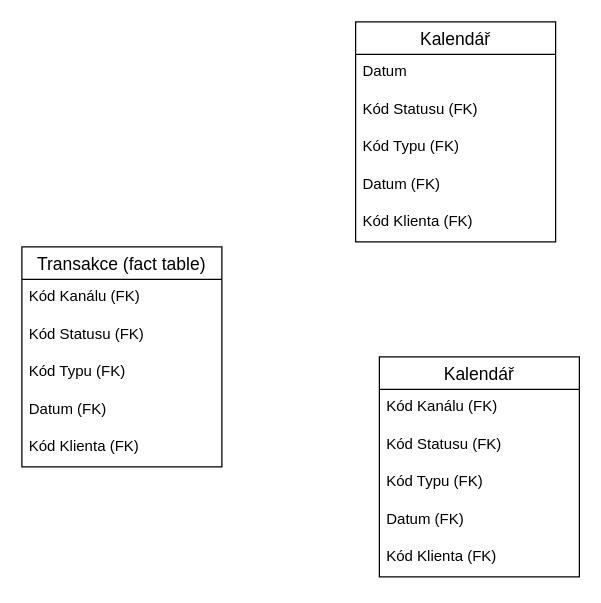
The draw.io diagram page "Star" (3 of 3) of pis-hw5.drawio in Finishxx/draw-io, before the edit. Source tidied: cells renumbered, new cells numbered last; positions are measured from the earlier drawing's top-left corner, leaving out a move shared by most shapes. Both pictures are drawn from the tidied source at 125%, with x=0, y=0 at pixel (21, 21).
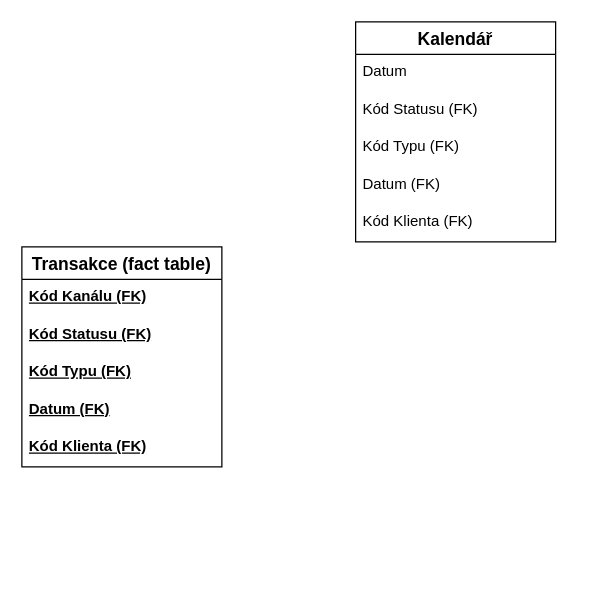
After the change.

Change to the diagram source:
```diff
@@
 <mxGraphModel>
   <root>
     <mxCell id="0" />
     <mxCell id="1" parent="0" />
-    <mxCell id="2" value="Transakce (fact table)" style="swimlane;fontStyle=0;horizontal=1;startSize=26;align=center;fontSize=14;" parent="1" vertex="1">
+    <mxCell id="2" value="Transakce (fact table)" style="swimlane;fontStyle=1;horizontal=1;startSize=26;align=center;fontSize=14;" parent="1" vertex="1">
       <mxGeometry y="180" width="160" height="176" as="geometry" />
     </mxCell>
-    <mxCell id="3" value="Kód Kanálu (FK)" style="text;strokeColor=none;fillColor=none;spacingLeft=4;spacingRight=4;overflow=hidden;fontSize=12;whiteSpace=wrap;html=1;" parent="2" vertex="1">
+    <mxCell id="3" value="Kód Kanálu (FK)" style="text;strokeColor=none;fillColor=none;spacingLeft=4;spacingRight=4;overflow=hidden;fontSize=12;whiteSpace=wrap;html=1;fontStyle=5;" parent="2" vertex="1">
       <mxGeometry y="26" width="160" height="30" as="geometry" />
     </mxCell>
-    <mxCell id="4" value="Kód Statusu (FK)" style="text;strokeColor=none;fillColor=none;spacingLeft=4;spacingRight=4;overflow=hidden;fontSize=12;whiteSpace=wrap;html=1;" parent="2" vertex="1">
+    <mxCell id="4" value="Kód Statusu (FK)" style="text;strokeColor=none;fillColor=none;spacingLeft=4;spacingRight=4;overflow=hidden;fontSize=12;whiteSpace=wrap;html=1;fontStyle=5;" parent="2" vertex="1">
       <mxGeometry y="56" width="160" height="30" as="geometry" />
     </mxCell>
-    <mxCell id="5" value="Kód Typu (FK)" style="text;strokeColor=none;fillColor=none;spacingLeft=4;spacingRight=4;overflow=hidden;fontSize=12;whiteSpace=wrap;html=1;" parent="2" vertex="1">
+    <mxCell id="5" value="Kód Typu (FK)" style="text;strokeColor=none;fillColor=none;spacingLeft=4;spacingRight=4;overflow=hidden;fontSize=12;whiteSpace=wrap;html=1;fontStyle=5;" parent="2" vertex="1">
       <mxGeometry y="86" width="160" height="30" as="geometry" />
     </mxCell>
-    <mxCell id="6" value="Datum (FK)" style="text;strokeColor=none;fillColor=none;spacingLeft=4;spacingRight=4;overflow=hidden;fontSize=12;whiteSpace=wrap;html=1;" parent="2" vertex="1">
+    <mxCell id="6" value="Datum (FK)" style="text;strokeColor=none;fillColor=none;spacingLeft=4;spacingRight=4;overflow=hidden;fontSize=12;whiteSpace=wrap;html=1;fontStyle=5;" parent="2" vertex="1">
       <mxGeometry y="116" width="160" height="30" as="geometry" />
     </mxCell>
-    <mxCell id="7" value="Kód Klienta (FK)" style="text;strokeColor=none;fillColor=none;spacingLeft=4;spacingRight=4;overflow=hidden;fontSize=12;whiteSpace=wrap;html=1;" parent="2" vertex="1">
+    <mxCell id="7" value="Kód Klienta (FK)" style="text;strokeColor=none;fillColor=none;spacingLeft=4;spacingRight=4;overflow=hidden;fontSize=12;whiteSpace=wrap;html=1;fontStyle=5;" parent="2" vertex="1">
       <mxGeometry y="146" width="160" height="30" as="geometry" />
     </mxCell>
-    <mxCell id="8" value="Kalendář" style="swimlane;fontStyle=0;horizontal=1;startSize=26;align=center;fontSize=14;" parent="1" vertex="1">
+    <mxCell id="8" value="Kalendář" style="swimlane;fontStyle=1;horizontal=1;startSize=26;align=center;fontSize=14;" parent="1" vertex="1">
       <mxGeometry x="267" width="160" height="176" as="geometry" />
     </mxCell>
     <mxCell id="9" value="Datum" style="text;strokeColor=none;fillColor=none;spacingLeft=4;spacingRight=4;overflow=hidden;fontSize=12;whiteSpace=wrap;html=1;" parent="8" vertex="1">
       <mxGeometry y="26" width="160" height="30" as="geometry" />
     </mxCell>
     <mxCell id="10" value="Kód Statusu (FK)" style="text;strokeColor=none;fillColor=none;spacingLeft=4;spacingRight=4;overflow=hidden;fontSize=12;whiteSpace=wrap;html=1;" parent="8" vertex="1">
       <mxGeometry y="56" width="160" height="30" as="geometry" />
     </mxCell>
     <mxCell id="11" value="Kód Typu (FK)" style="text;strokeColor=none;fillColor=none;spacingLeft=4;spacingRight=4;overflow=hidden;fontSize=12;whiteSpace=wrap;html=1;" parent="8" vertex="1">
       <mxGeometry y="86" width="160" height="30" as="geometry" />
     </mxCell>
     <mxCell id="12" value="Datum (FK)" style="text;strokeColor=none;fillColor=none;spacingLeft=4;spacingRight=4;overflow=hidden;fontSize=12;whiteSpace=wrap;html=1;" parent="8" vertex="1">
       <mxGeometry y="116" width="160" height="30" as="geometry" />
     </mxCell>
     <mxCell id="13" value="Kód Klienta (FK)" style="text;strokeColor=none;fillColor=none;spacingLeft=4;spacingRight=4;overflow=hidden;fontSize=12;whiteSpace=wrap;html=1;" parent="8" vertex="1">
       <mxGeometry y="146" width="160" height="30" as="geometry" />
     </mxCell>
-    <mxCell id="14" value="Kalendář" style="swimlane;fontStyle=0;horizontal=1;startSize=26;align=center;fontSize=14;" parent="1" vertex="1">
-      <mxGeometry x="286" y="268" width="160" height="176" as="geometry" />
-    </mxCell>
-    <mxCell id="15" value="Kód Kanálu (FK)" style="text;strokeColor=none;fillColor=none;spacingLeft=4;spacingRight=4;overflow=hidden;fontSize=12;whiteSpace=wrap;html=1;" parent="14" vertex="1">
-      <mxGeometry y="26" width="160" height="30" as="geometry" />
-    </mxCell>
-    <mxCell id="16" value="Kód Statusu (FK)" style="text;strokeColor=none;fillColor=none;spacingLeft=4;spacingRight=4;overflow=hidden;fontSize=12;whiteSpace=wrap;html=1;" parent="14" vertex="1">
-      <mxGeometry y="56" width="160" height="30" as="geometry" />
-    </mxCell>
-    <mxCell id="17" value="Kód Typu (FK)" style="text;strokeColor=none;fillColor=none;spacingLeft=4;spacingRight=4;overflow=hidden;fontSize=12;whiteSpace=wrap;html=1;" parent="14" vertex="1">
-      <mxGeometry y="86" width="160" height="30" as="geometry" />
-    </mxCell>
-    <mxCell id="18" value="Datum (FK)" style="text;strokeColor=none;fillColor=none;spacingLeft=4;spacingRight=4;overflow=hidden;fontSize=12;whiteSpace=wrap;html=1;" parent="14" vertex="1">
-      <mxGeometry y="116" width="160" height="30" as="geometry" />
-    </mxCell>
-    <mxCell id="19" value="Kód Klienta (FK)" style="text;strokeColor=none;fillColor=none;spacingLeft=4;spacingRight=4;overflow=hidden;fontSize=12;whiteSpace=wrap;html=1;" parent="14" vertex="1">
-      <mxGeometry y="146" width="160" height="30" as="geometry" />
-    </mxCell>
   </root>
 </mxGraphModel>
```
